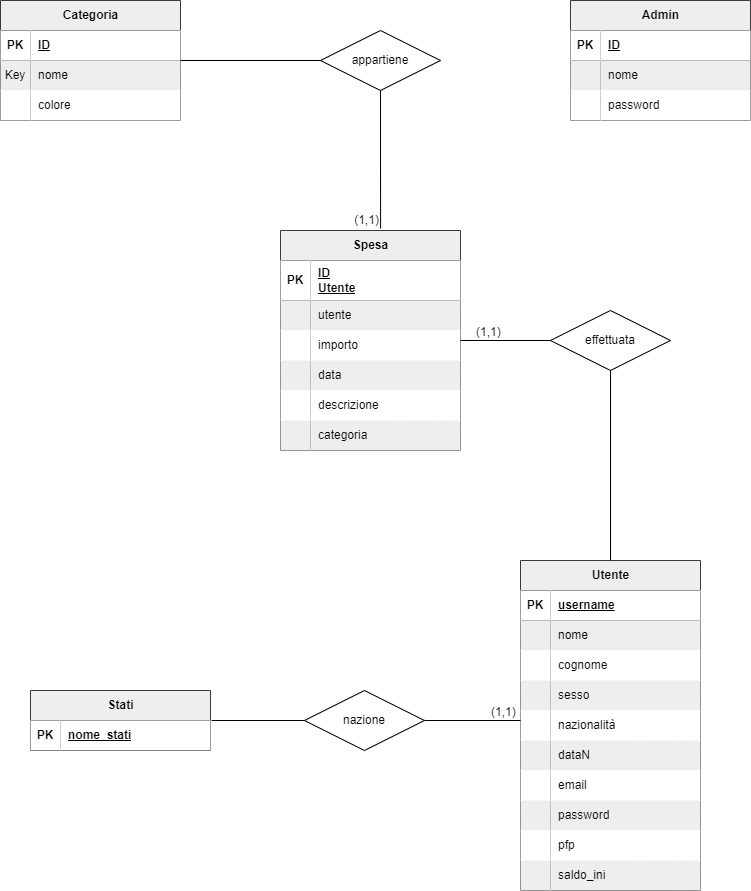
This is allegati/Database_4Money.drawio (1).png from Cristyl/Tesi_laurea, a draw.io export, as it was before one commit. Source tidied: cells renumbered, new cells last; positions are measured from the earlier drawing's top-left corner, leaving out a move shared by most shapes.
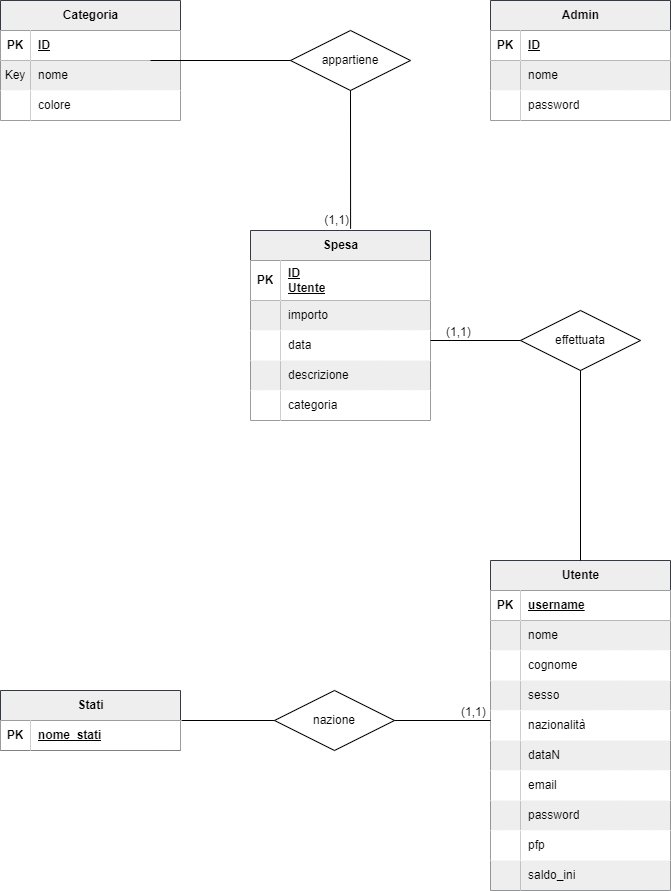
After the commit.

The edit, as a diff of the source:
```diff
@@ -3,7 +3,7 @@
     <mxCell id="0" />
     <mxCell id="1" parent="0" />
     <mxCell id="2" value="Spesa" style="shape=table;startSize=30;rowLines=0;fontStyle=1;align=center;html=1;rounded=0;swimlaneFillColor=none;fillColor=#eeeeee;strokeColor=#36393d;" parent="1" vertex="1">
-      <mxGeometry x="280" y="230" width="180" height="220" as="geometry" />
+      <mxGeometry x="280" y="230" width="180" height="190" as="geometry" />
     </mxCell>
     <mxCell id="3" style="shape=tableRow;horizontal=0;startSize=0;swimlaneHead=0;swimlaneBody=0;fillColor=none;top=0;left=0;right=0;bottom=1;rounded=0;" parent="2" vertex="1">
       <mxGeometry y="30" width="180" height="40" as="geometry" />
@@ -20,7 +20,7 @@
     <mxCell id="7" style="shape=partialRectangle;fillColor=#eeeeee;top=0;left=0;bottom=0;right=0;overflow=hidden;whiteSpace=wrap;html=1;rounded=0;strokeColor=#36393d;" parent="6" vertex="1">
       <mxGeometry width="30" height="30" as="geometry" />
     </mxCell>
-    <mxCell id="8" value="utente" style="shape=partialRectangle;top=0;left=0;bottom=0;right=0;align=left;spacingLeft=6;overflow=hidden;whiteSpace=wrap;html=1;rounded=0;fillColor=#eeeeee;strokeColor=#36393d;" parent="6" vertex="1">
+    <mxCell id="8" value="importo" style="shape=partialRectangle;top=0;left=0;bottom=0;right=0;align=left;spacingLeft=6;overflow=hidden;whiteSpace=wrap;html=1;rounded=0;fillColor=#eeeeee;strokeColor=#36393d;" parent="6" vertex="1">
       <mxGeometry x="30" width="150" height="30" as="geometry" />
     </mxCell>
     <mxCell id="9" style="shape=tableRow;horizontal=0;startSize=0;swimlaneHead=0;swimlaneBody=0;fillColor=none;top=0;left=0;right=0;bottom=0;rounded=0;" parent="2" vertex="1">
@@ -29,7 +29,7 @@
     <mxCell id="10" style="shape=partialRectangle;top=0;left=0;bottom=0;right=0;overflow=hidden;whiteSpace=wrap;html=1;rounded=0;" parent="9" vertex="1">
       <mxGeometry width="30" height="30" as="geometry" />
     </mxCell>
-    <mxCell id="11" value="importo" style="shape=partialRectangle;top=0;left=0;bottom=0;right=0;align=left;spacingLeft=6;overflow=hidden;whiteSpace=wrap;html=1;rounded=0;" parent="9" vertex="1">
+    <mxCell id="11" value="data" style="shape=partialRectangle;top=0;left=0;bottom=0;right=0;align=left;spacingLeft=6;overflow=hidden;whiteSpace=wrap;html=1;rounded=0;" parent="9" vertex="1">
       <mxGeometry x="30" width="150" height="30" as="geometry" />
     </mxCell>
     <mxCell id="12" style="shape=tableRow;horizontal=0;startSize=0;swimlaneHead=0;swimlaneBody=0;fillColor=none;top=0;left=0;right=0;bottom=0;rounded=0;" parent="2" vertex="1">
@@ -38,7 +38,7 @@
     <mxCell id="13" style="shape=partialRectangle;top=0;left=0;bottom=0;right=0;overflow=hidden;whiteSpace=wrap;html=1;rounded=0;fillColor=#eeeeee;strokeColor=#36393d;" parent="12" vertex="1">
       <mxGeometry width="30" height="30" as="geometry" />
     </mxCell>
-    <mxCell id="14" value="data" style="shape=partialRectangle;fillColor=#eeeeee;top=0;left=0;bottom=0;right=0;align=left;spacingLeft=6;overflow=hidden;whiteSpace=wrap;html=1;rounded=0;strokeColor=#36393d;" parent="12" vertex="1">
+    <mxCell id="14" value="descrizione" style="shape=partialRectangle;fillColor=#eeeeee;top=0;left=0;bottom=0;right=0;align=left;spacingLeft=6;overflow=hidden;whiteSpace=wrap;html=1;rounded=0;strokeColor=#36393d;" parent="12" vertex="1">
       <mxGeometry x="30" width="150" height="30" as="geometry" />
     </mxCell>
     <mxCell id="15" style="shape=tableRow;horizontal=0;startSize=0;swimlaneHead=0;swimlaneBody=0;fillColor=none;top=0;left=0;right=0;bottom=0;rounded=0;" parent="2" vertex="1">
@@ -47,20 +47,11 @@
     <mxCell id="16" style="shape=partialRectangle;top=0;left=0;bottom=0;right=0;overflow=hidden;whiteSpace=wrap;html=1;rounded=0;" parent="15" vertex="1">
       <mxGeometry width="30" height="30" as="geometry" />
     </mxCell>
-    <mxCell id="17" value="descrizione" style="shape=partialRectangle;top=0;left=0;bottom=0;right=0;align=left;spacingLeft=6;overflow=hidden;whiteSpace=wrap;html=1;rounded=0;" parent="15" vertex="1">
+    <mxCell id="17" value="categoria" style="shape=partialRectangle;top=0;left=0;bottom=0;right=0;align=left;spacingLeft=6;overflow=hidden;whiteSpace=wrap;html=1;rounded=0;" parent="15" vertex="1">
       <mxGeometry x="30" width="150" height="30" as="geometry" />
     </mxCell>
-    <mxCell id="18" style="shape=tableRow;horizontal=0;startSize=0;swimlaneHead=0;swimlaneBody=0;fillColor=none;top=0;left=0;right=0;bottom=0;rounded=0;" parent="2" vertex="1">
-      <mxGeometry y="190" width="180" height="30" as="geometry" />
-    </mxCell>
-    <mxCell id="19" style="shape=partialRectangle;top=0;left=0;bottom=0;right=0;overflow=hidden;whiteSpace=wrap;html=1;rounded=0;fillColor=#eeeeee;strokeColor=#36393d;" parent="18" vertex="1">
-      <mxGeometry width="30" height="30" as="geometry" />
-    </mxCell>
-    <mxCell id="20" value="categoria" style="shape=partialRectangle;fillColor=#eeeeee;top=0;left=0;bottom=0;right=0;align=left;spacingLeft=6;overflow=hidden;whiteSpace=wrap;html=1;rounded=0;strokeColor=#36393d;" parent="18" vertex="1">
-      <mxGeometry x="30" width="150" height="30" as="geometry" />
-    </mxCell>
     <mxCell id="21" value="Admin" style="shape=table;startSize=30;rowLines=0;fontStyle=1;align=center;html=1;rounded=0;fillColor=#eeeeee;strokeColor=#36393d;" parent="1" vertex="1">
-      <mxGeometry x="570" width="180" height="120" as="geometry" />
+      <mxGeometry x="520" width="180" height="120" as="geometry" />
     </mxCell>
     <mxCell id="22" style="shape=tableRow;horizontal=0;startSize=0;swimlaneHead=0;swimlaneBody=0;fillColor=none;top=0;left=0;right=0;bottom=1;rounded=0;" parent="21" vertex="1">
       <mxGeometry y="30" width="180" height="30" as="geometry" />
@@ -90,7 +81,7 @@
       <mxGeometry x="30" width="150" height="30" as="geometry" />
     </mxCell>
     <mxCell id="31" value="Categoria" style="shape=table;startSize=30;rowLines=0;fontStyle=1;align=center;html=1;rounded=0;fillColor=#eeeeee;strokeColor=#36393d;" parent="1" vertex="1">
-      <mxGeometry width="180" height="120" as="geometry" />
+      <mxGeometry x="30" width="180" height="120" as="geometry" />
     </mxCell>
     <mxCell id="32" style="shape=tableRow;horizontal=0;startSize=0;swimlaneHead=0;swimlaneBody=0;fillColor=none;top=0;left=0;right=0;bottom=1;rounded=0;" parent="31" vertex="1">
       <mxGeometry y="30" width="180" height="30" as="geometry" />
```
